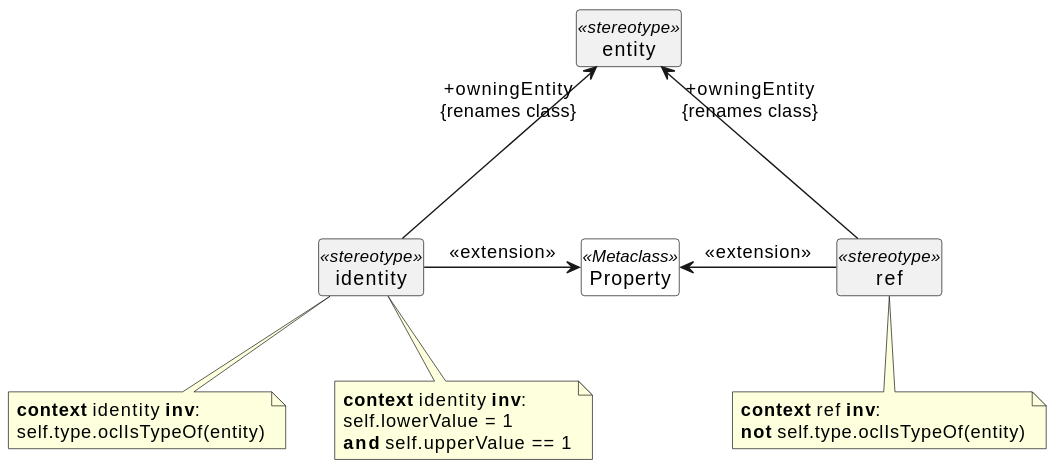
sdm-lang/tree-sitter-sdml keeps this PlantUML diagram as docs/uml-profile-entity-members.svg. Above is the earlier version. Source of this version:
```plantuml
@startuml
skinparam backgroundColor transparent
hide circle
hide members

class entity <<stereotype>> {}
class Property <<Metaclass>> #white {}
class identity <<stereotype>> {}
identity -> Property: <<extension>>
identity --u-> "+owningEntity\n{renames class}" entity

note "**context** identity **inv**:\nself.type.oclIsTypeOf(entity)" as idtynote
identity .. idtynote

note "**context** identity **inv**:\nself.lowerValue = 1\n**and** self.upperValue == 1" as cardnote
identity .. cardnote

class ref <<stereotype>> {}
Property <- ref: <<extension>>
ref --u-> "+owningEntity\n{renames class}" entity

note "**context** ref **inv**:\n**not** self.type.oclIsTypeOf(entity)" as refnote
ref .. refnote
@enduml
```
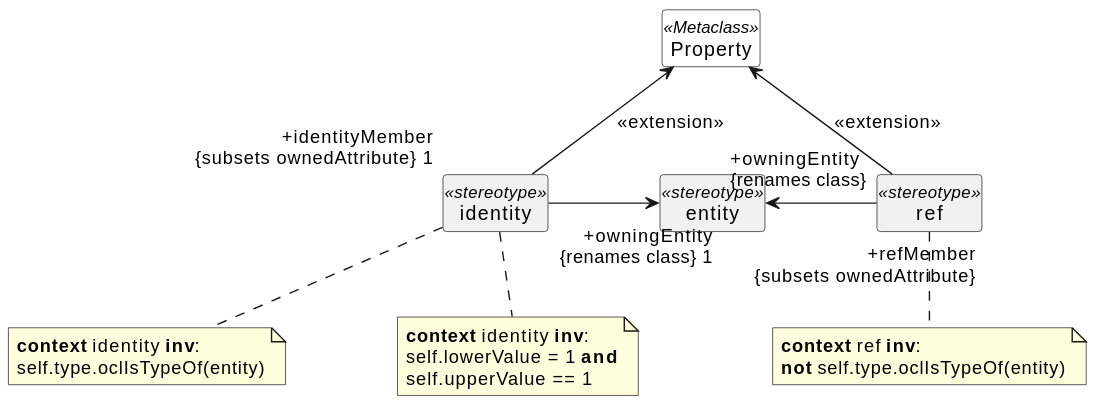
The same diagram one commit later.

What changed in the source:
```diff
@@ -1,23 +1,28 @@
 @startuml
 skinparam backgroundColor transparent
+skinparam style strictuml
+skinparam linetype polyline
+skinparam nodesep 80
+
 hide circle
 hide members
 
 class entity <<stereotype>> {}
 class Property <<Metaclass>> #white {}
+
 class identity <<stereotype>> {}
-identity -> Property: <<extension>>
-identity --u-> "+owningEntity\n{renames class}" entity
+identity -up-> Property: <<extension>>
+identity "+identityMember\r{subsets ownedAttribute} 1" --right-> "+owningEntity\r{renames class} 1" entity
 
 note "**context** identity **inv**:\nself.type.oclIsTypeOf(entity)" as idtynote
 identity .. idtynote
 
-note "**context** identity **inv**:\nself.lowerValue = 1\n**and** self.upperValue == 1" as cardnote
+note "**context** identity **inv**:\nself.lowerValue = 1 **and**\nself.upperValue == 1" as cardnote
 identity .. cardnote
 
 class ref <<stereotype>> {}
-Property <- ref: <<extension>>
-ref --u-> "+owningEntity\n{renames class}" entity
+ref -up-> Property: <<extension>>
+ref "+refMember\r{subsets ownedAttribute}" --left-> "+owningEntity\l{renames class}" entity
 
 note "**context** ref **inv**:\n**not** self.type.oclIsTypeOf(entity)" as refnote
 ref .. refnote
```
